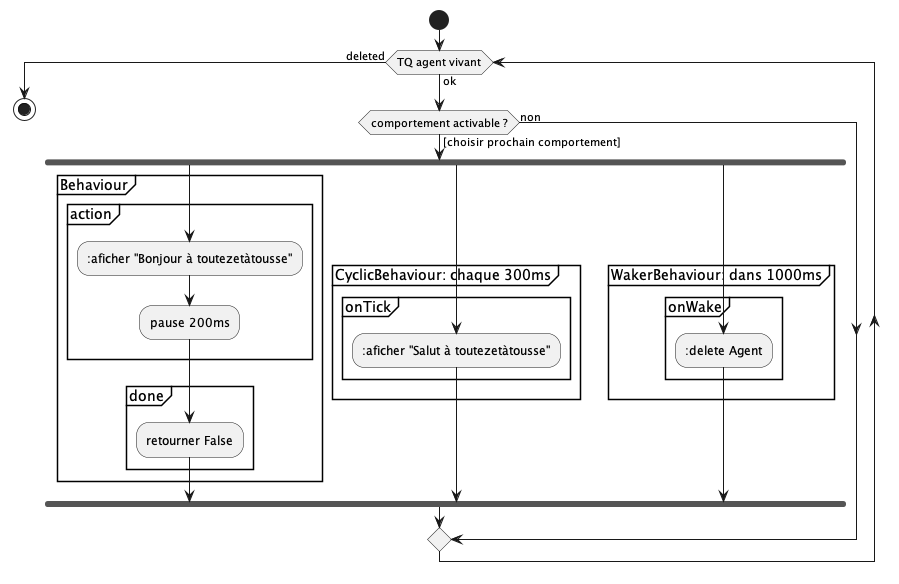
Before: testComportement/helloSalut.png, a diagram exported from PlantUML (EmmanuelADAM/jade).
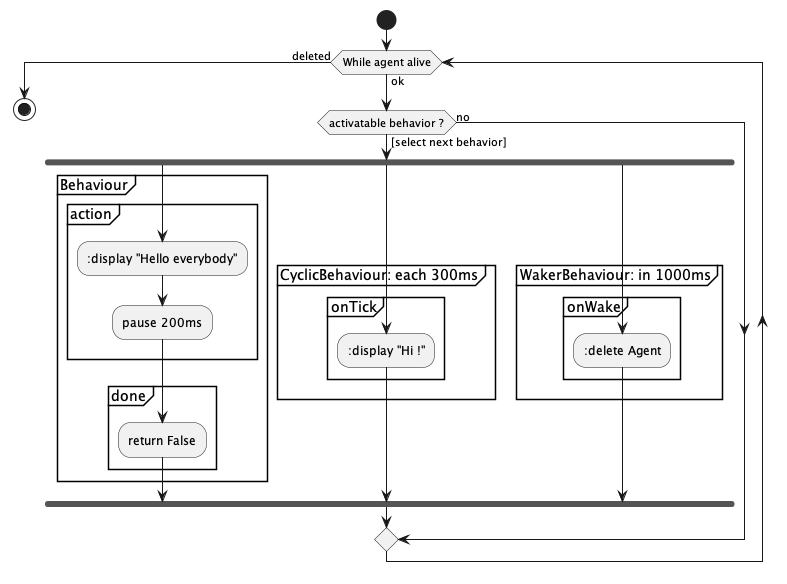
The same diagram one commit later.

Diff of the diagram source:
```diff
@@ -1,32 +1,32 @@
 @startuml helloSalut
 
 start
-while (TQ agent vivant) is (ok)
-if (comportement activable ?) then ([choisir prochain comportement])
+while (While agent alive) is (ok)
+if (activatable behavior ?) then ([select next behavior])
     fork
     partition "Behaviour" {
       partition "action" {
-          ::aficher "Bonjour à toutezetàtousse";
+          ::display "Hello everybody";
           :pause 200ms;
       }
       partition "done" {
-          :retourner False;
+          :return False;
       }
     }
     fork again
-    partition "CyclicBehaviour: chaque 300ms" {
+    partition "CyclicBehaviour: each 300ms" {
       partition "onTick" {
-          ::aficher "Salut à toutezetàtousse";
+          ::display "Hi !";
       }
     }
     fork again
-    partition "WakerBehaviour: dans 1000ms" {
+    partition "WakerBehaviour: in 1000ms" {
       partition "onWake" {
           ::delete Agent;
       }
     }
     end fork
- else(non)
+ else(no)
  endif
   endwhile (deleted)
 stop
```
